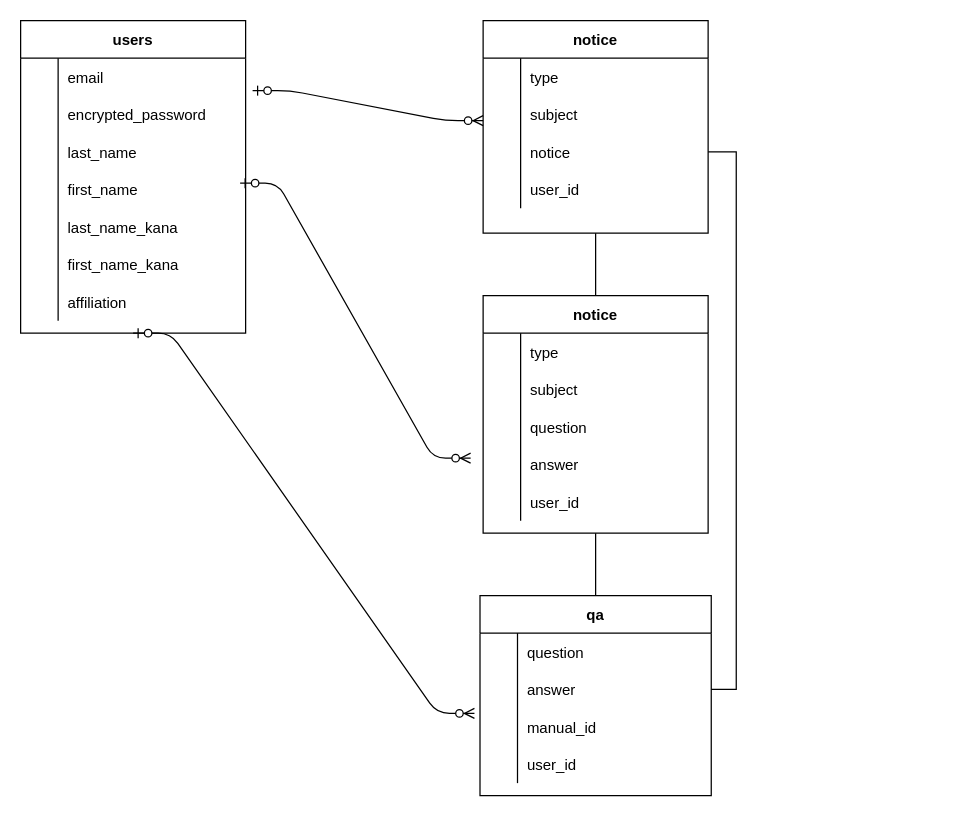
This is test.dio from yohikazu-shibuya/share_works, a draw.io file, before an edit. Source tidied: cells renumbered, new cells numbered last; positions are measured from the earlier drawing's top-left corner, leaving out a move shared by most shapes. Both pictures are drawn from the tidied source at 125%, with x=0, y=0 at pixel (20, 20).
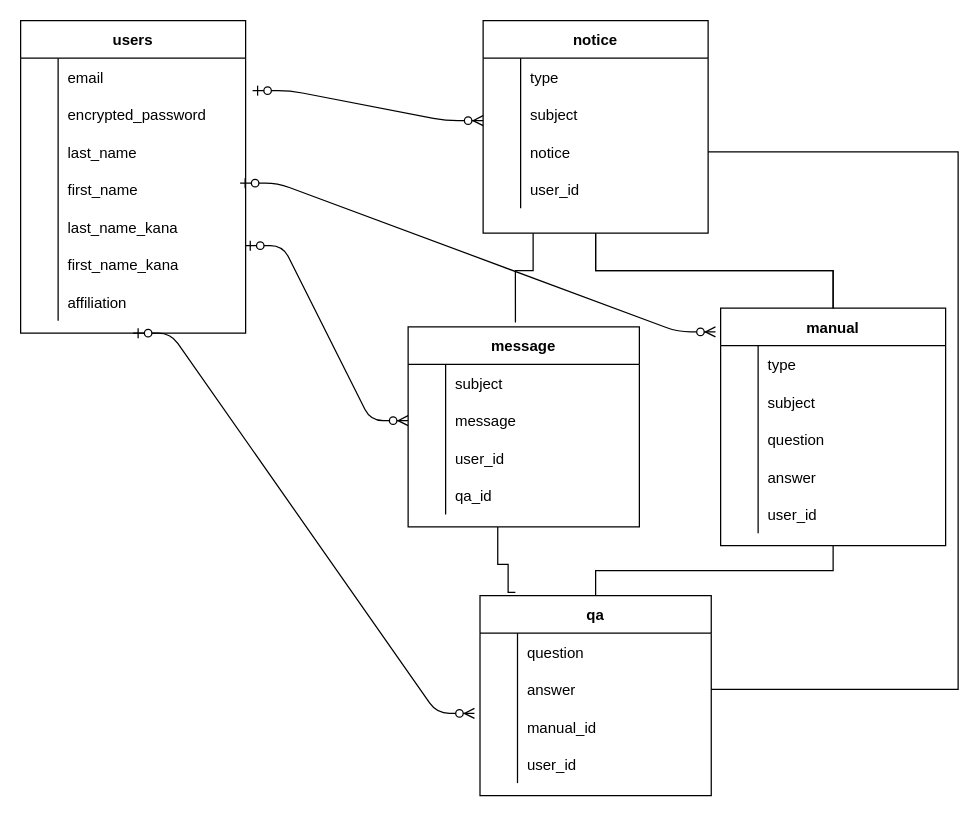
After the change.

Commit message (it also covers changes not shown here):
message_model作成

Unchanged cells that the change refers to:
```xml
<mxCell id="24" value="notice" style="shape=table;startSize=30;childLayout=tableLayout;rowLines=0;fontStyle=1;align=center;fillColor=none;" parent="1" vertex="1">
  <mxGeometry x="370" width="180" height="170" as="geometry" />
</mxCell>
<mxCell id="31" style="shape=partialRectangle;fillColor=none;top=0;left=0;bottom=0;right=0;points=[[0,0.5],[1,0.5]];portConstraint=eastwest;" parent="24" vertex="1">
  <mxGeometry y="90" width="180" height="30" as="geometry" />
</mxCell>
<mxCell id="37" value="qa" style="shape=table;startSize=30;childLayout=tableLayout;rowLines=0;fontStyle=1;align=center;fillColor=none;" parent="1" vertex="1">
  <mxGeometry x="367.5" y="460" width="185" height="160" as="geometry" />
</mxCell>
<mxCell id="41" style="shape=partialRectangle;fillColor=none;top=0;left=0;bottom=0;right=0;points=[[0,0.5],[1,0.5]];portConstraint=eastwest;" parent="37" vertex="1">
  <mxGeometry y="60" width="185" height="30" as="geometry" />
</mxCell>
```

Diff of the diagram source:
```diff
@@
-    <mxCell id="54" value="notice" style="shape=table;startSize=30;childLayout=tableLayout;rowLines=0;fontStyle=1;align=center;fillColor=none;" parent="1" vertex="1">
-      <mxGeometry x="370" y="220" width="180" height="190" as="geometry" />
+    <mxCell id="54" value="manual" style="shape=table;startSize=30;childLayout=tableLayout;rowLines=0;fontStyle=1;align=center;fillColor=none;" parent="1" vertex="1">
+      <mxGeometry x="560" y="230" width="180" height="190" as="geometry" />
     </mxCell>
@@
-    <mxCell id="70" style="edgeStyle=entityRelationEdgeStyle;fontSize=12;html=1;endArrow=ERzeroToMany;startArrow=ERzeroToOne;exitX=1.031;exitY=0.867;exitDx=0;exitDy=0;exitPerimeter=0;" parent="1" edge="1">
+    <mxCell id="70" style="edgeStyle=entityRelationEdgeStyle;fontSize=12;html=1;endArrow=ERzeroToMany;startArrow=ERzeroToOne;exitX=1.031;exitY=0.867;exitDx=0;exitDy=0;exitPerimeter=0;entryX=-0.023;entryY=0.1;entryDx=0;entryDy=0;entryPerimeter=0;" parent="1" edge="1" target="54">
       <mxGeometry relative="1" as="geometry">
         <mxPoint x="175.6" y="130" as="sourcePoint" />
-        <mxPoint x="360" y="350" as="targetPoint" />
       </mxGeometry>
     </mxCell>
     <mxCell id="71" style="edgeStyle=orthogonalEdgeStyle;rounded=0;jettySize=auto;html=1;exitX=1;exitY=0.5;exitDx=0;exitDy=0;entryX=1;entryY=0.5;entryDx=0;entryDy=0;endArrow=none;endFill=0;" parent="1" edge="1" source="41" target="31">
-      <mxGeometry relative="1" as="geometry" />
+      <mxGeometry relative="1" as="geometry">
+        <Array as="points">
+          <mxPoint x="750" y="535" />
+          <mxPoint x="750" y="105" />
+        </Array>
+      </mxGeometry>
     </mxCell>
+    <mxCell id="72" value="message" style="shape=table;startSize=30;childLayout=tableLayout;rowLines=0;fontStyle=1;align=center;fillColor=none;" parent="1" vertex="1">
+      <mxGeometry x="310" y="245" width="185" height="160" as="geometry" />
+    </mxCell>
+    <mxCell id="73" style="shape=partialRectangle;fillColor=none;top=0;left=0;bottom=0;right=0;" parent="72" vertex="1">
+      <mxGeometry y="30" width="185" height="30" as="geometry" />
+    </mxCell>
+    <mxCell id="74" style="shape=partialRectangle;fillColor=none;top=0;left=0;bottom=0;right=0;overflow=hidden;" parent="73" vertex="1">
+      <mxGeometry width="30" height="30" as="geometry" />
+    </mxCell>
+    <mxCell id="75" value="subject" style="shape=partialRectangle;fillColor=none;top=0;left=0;bottom=0;right=0;align=left;spacingLeft=6;overflow=hidden;" parent="73" vertex="1">
+      <mxGeometry x="30" width="155" height="30" as="geometry" />
+    </mxCell>
+    <mxCell id="76" style="shape=partialRectangle;fillColor=none;top=0;left=0;bottom=0;right=0;points=[[0,0.5],[1,0.5]];portConstraint=eastwest;" parent="72" vertex="1">
+      <mxGeometry y="60" width="185" height="30" as="geometry" />
+    </mxCell>
+    <mxCell id="77" style="shape=partialRectangle;fillColor=none;top=0;left=0;bottom=0;right=0;overflow=hidden;" parent="76" vertex="1">
+      <mxGeometry width="30" height="30" as="geometry" />
+    </mxCell>
+    <mxCell id="78" value="message" style="shape=partialRectangle;fillColor=none;top=0;left=0;bottom=0;right=0;align=left;spacingLeft=6;overflow=hidden;" parent="76" vertex="1">
+      <mxGeometry x="30" width="155" height="30" as="geometry" />
+    </mxCell>
+    <mxCell id="79" style="shape=partialRectangle;fillColor=none;top=0;left=0;bottom=0;right=0;" parent="72" vertex="1">
+      <mxGeometry y="90" width="185" height="30" as="geometry" />
+    </mxCell>
+    <mxCell id="80" style="shape=partialRectangle;fillColor=none;top=0;left=0;bottom=0;right=0;overflow=hidden;" parent="79" vertex="1">
+      <mxGeometry width="30" height="30" as="geometry" />
+    </mxCell>
+    <mxCell id="81" value="user_id" style="shape=partialRectangle;fillColor=none;top=0;left=0;bottom=0;right=0;align=left;spacingLeft=6;overflow=hidden;" parent="79" vertex="1">
+      <mxGeometry x="30" width="155" height="30" as="geometry" />
+    </mxCell>
+    <mxCell id="82" style="shape=partialRectangle;fillColor=none;top=0;left=0;bottom=0;right=0;" parent="72" vertex="1">
+      <mxGeometry y="120" width="185" height="30" as="geometry" />
+    </mxCell>
+    <mxCell id="83" style="shape=partialRectangle;fillColor=none;top=0;left=0;bottom=0;right=0;overflow=hidden;" parent="82" vertex="1">
+      <mxGeometry width="30" height="30" as="geometry" />
+    </mxCell>
+    <mxCell id="84" value="qa_id" style="shape=partialRectangle;fillColor=none;top=0;left=0;bottom=0;right=0;align=left;spacingLeft=6;overflow=hidden;" parent="82" vertex="1">
+      <mxGeometry x="30" width="155" height="30" as="geometry" />
+    </mxCell>
+    <mxCell id="85" style="edgeStyle=entityRelationEdgeStyle;fontSize=12;html=1;endArrow=ERzeroToMany;startArrow=ERzeroToOne;exitX=1.031;exitY=0.867;exitDx=0;exitDy=0;exitPerimeter=0;" parent="1" edge="1" target="76">
+      <mxGeometry relative="1" as="geometry">
+        <mxPoint x="179.7" y="180" as="sourcePoint" />
+      </mxGeometry>
+    </mxCell>
+    <mxCell id="86" style="edgeStyle=orthogonalEdgeStyle;rounded=0;jettySize=auto;html=1;exitX=0.5;exitY=0;exitDx=0;exitDy=0;entryX=0.5;entryY=1;entryDx=0;entryDy=0;endArrow=none;endFill=0;" parent="1" edge="1" source="54" target="24">
+      <mxGeometry relative="1" as="geometry">
+        <Array as="points">
+          <mxPoint x="650" y="200" />
+          <mxPoint x="460" y="200" />
+        </Array>
+      </mxGeometry>
+    </mxCell>
+    <mxCell id="87" style="edgeStyle=orthogonalEdgeStyle;rounded=0;jettySize=auto;html=1;exitX=0.464;exitY=-0.022;exitDx=0;exitDy=0;entryX=0.5;entryY=1;entryDx=0;entryDy=0;endArrow=none;endFill=0;exitPerimeter=0;" parent="1" edge="1" source="72">
+      <mxGeometry relative="1" as="geometry">
+        <mxPoint x="410" y="170" as="targetPoint" />
+        <Array as="points">
+          <mxPoint x="396" y="200" />
+          <mxPoint x="410" y="200" />
+        </Array>
+      </mxGeometry>
+    </mxCell>
+    <mxCell id="88" style="edgeStyle=orthogonalEdgeStyle;rounded=0;jettySize=auto;html=1;exitX=0.153;exitY=-0.016;exitDx=0;exitDy=0;entryX=0.5;entryY=1;entryDx=0;entryDy=0;endArrow=none;endFill=0;exitPerimeter=0;" parent="1" edge="1" source="37">
+      <mxGeometry relative="1" as="geometry">
+        <mxPoint x="381.7" y="405" as="targetPoint" />
+        <Array as="points">
+          <mxPoint x="390" y="457" />
+          <mxPoint x="390" y="435" />
+          <mxPoint x="382" y="435" />
+        </Array>
+      </mxGeometry>
+    </mxCell>
```
